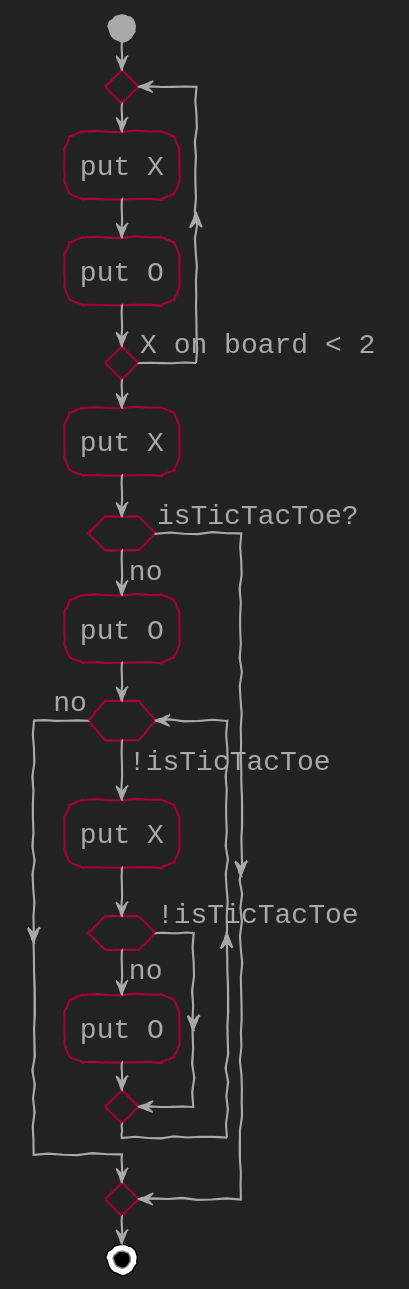
This is USantaTecla/1-fundamentos/1-patrones/images/diagramaActividad.svg from USantaTecla-0-general/3-publicaciones, a PlantUML export, as it was before one commit.
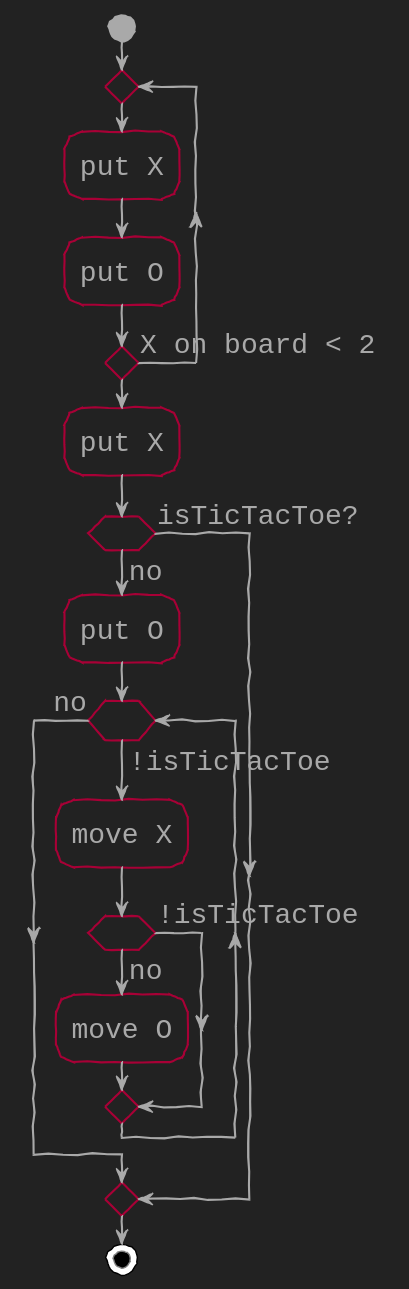
The same diagram one commit later.

Diff of the diagram source:
```diff
@@ -40,10 +40,10 @@
 else (no)
   :put O;
   while () is (!isTicTacToe)
-    :put X;
+    :move X;
     if () then (!isTicTacToe)
     else (no)
-    :put O;
+    :move O;
     endif
   endwhile (no)
 endif
```
